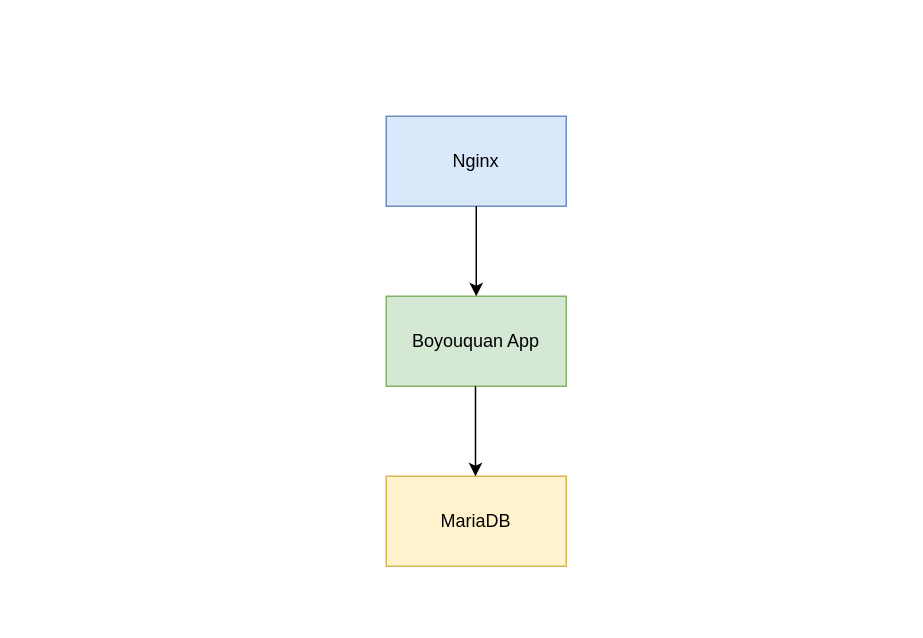
leileiluoluo/leileiluoluo.github.io keeps this draw.io diagram as page "deployment-architecture" (1 of 2) of static/images/uploads/2024/04/boyouquan.drawio. Above is the earlier version. Source tidied: cells renumbered, new cells numbered last; positions are measured from the earlier drawing's top-left corner, leaving out a move shared by most shapes. Both pictures are drawn from the tidied source at 150%, with x=0, y=0 at pixel (386, 116).
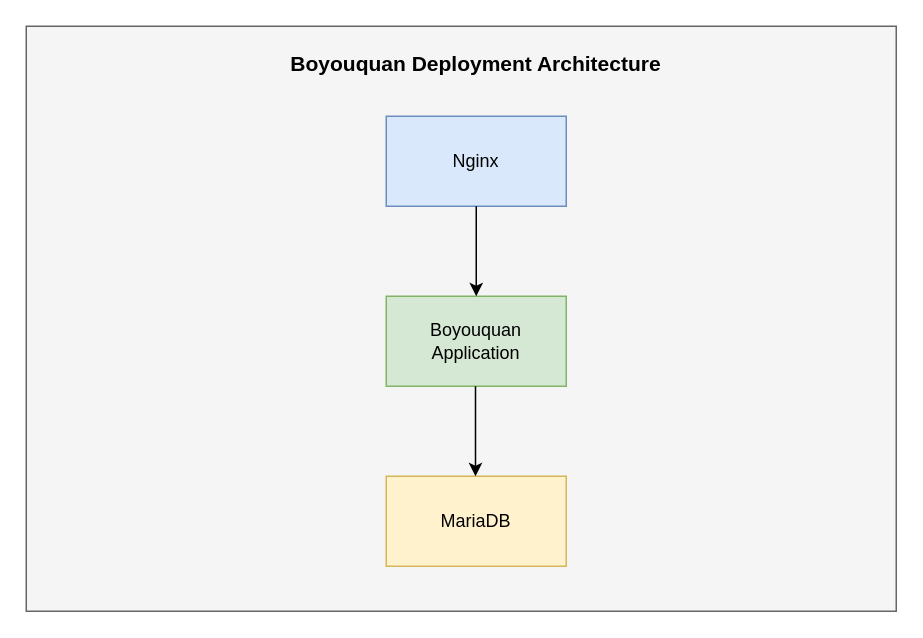
Above is the later version.

Diff of the diagram source:
```diff
@@
 <mxGraphModel>
   <root>
     <mxCell id="0" />
     <mxCell id="1" parent="0" />
+    <mxCell id="7" style="rounded=0;whiteSpace=wrap;html=1;fillColor=#f5f5f5;strokeColor=#666666;fontColor=#333333;" parent="1" vertex="1">
+      <mxGeometry x="-240" y="-60" width="580" height="390" as="geometry" />
+    </mxCell>
     <mxCell id="2" value="MariaDB" style="rounded=0;whiteSpace=wrap;html=1;fillColor=#fff2cc;strokeColor=#d6b656;" parent="1" vertex="1">
       <mxGeometry y="240" width="120" height="60" as="geometry" />
     </mxCell>
-    <mxCell id="3" value="Boyouquan App" style="rounded=0;whiteSpace=wrap;html=1;fillColor=#d5e8d4;strokeColor=#82b366;" parent="1" vertex="1">
+    <mxCell id="3" value="Boyouquan Application" style="rounded=0;whiteSpace=wrap;html=1;fillColor=#d5e8d4;strokeColor=#82b366;" parent="1" vertex="1">
       <mxGeometry y="120" width="120" height="60" as="geometry" />
     </mxCell>
     <mxCell id="4" value="Nginx" style="rounded=0;whiteSpace=wrap;html=1;fillColor=#dae8fc;strokeColor=#6c8ebf;" parent="1" vertex="1">
       <mxGeometry width="120" height="60" as="geometry" />
     </mxCell>
     <mxCell id="5" style="endArrow=classic;html=1;rounded=0;exitX=0.5;exitY=1;exitDx=0;exitDy=0;entryX=0.5;entryY=0;entryDx=0;entryDy=0;" parent="1" edge="1" source="4" target="3">
       <mxGeometry relative="1" as="geometry" />
     </mxCell>
     <mxCell id="6" style="endArrow=classic;html=1;rounded=0;exitX=0.5;exitY=1;exitDx=0;exitDy=0;entryX=0.5;entryY=0;entryDx=0;entryDy=0;" parent="1" edge="1">
       <mxGeometry relative="1" as="geometry">
         <mxPoint x="59.5" y="180" as="sourcePoint" />
         <mxPoint x="59.5" y="240" as="targetPoint" />
       </mxGeometry>
     </mxCell>
+    <mxCell id="8" value="Boyouquan Deployment Architecture" style="text;html=1;align=center;verticalAlign=middle;whiteSpace=wrap;rounded=0;fontStyle=1;fontSize=14;" parent="1" vertex="1">
+      <mxGeometry x="-75" y="-50" width="270" height="30" as="geometry" />
+    </mxCell>
   </root>
 </mxGraphModel>
```
